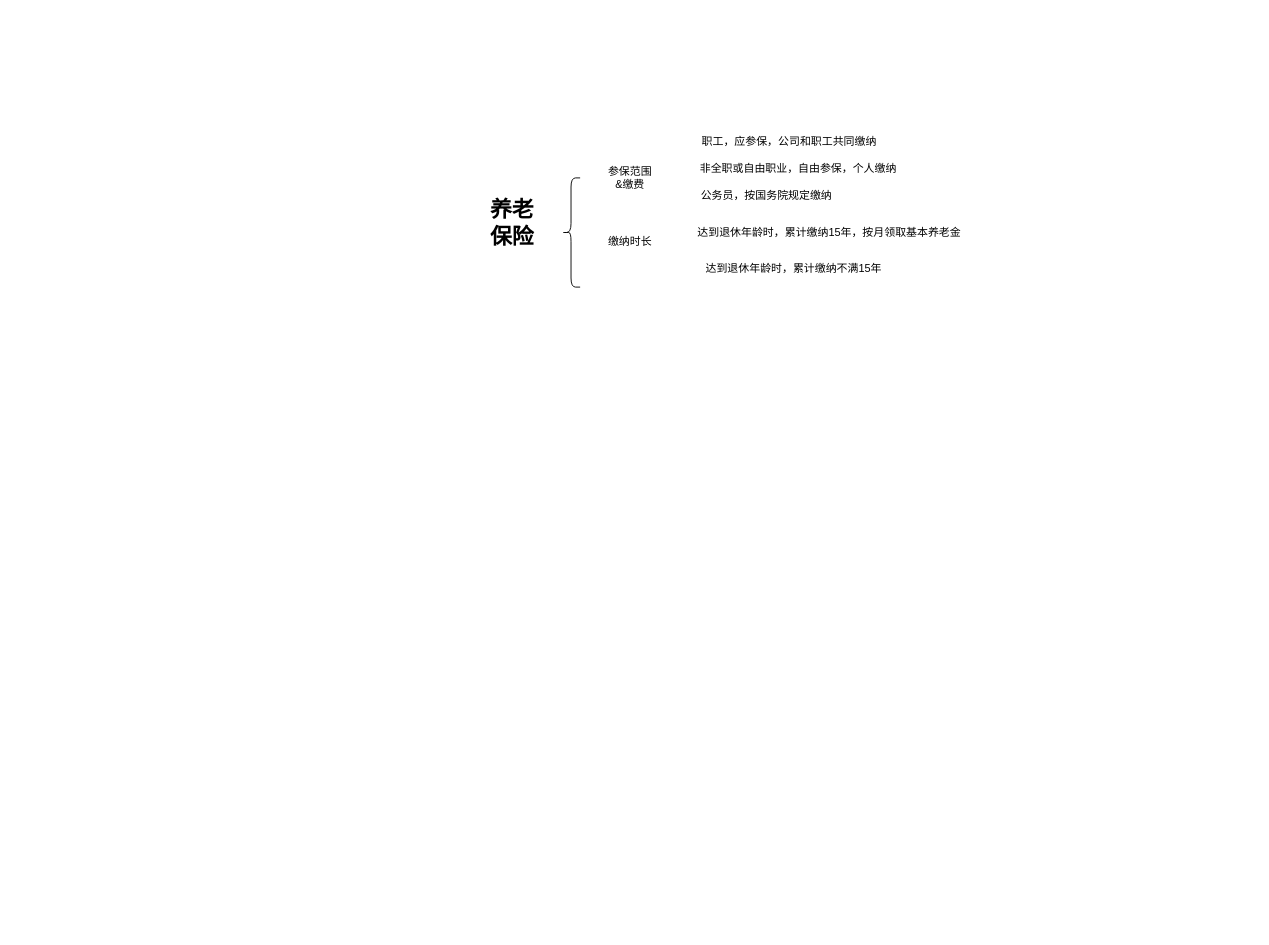
Above: 五险一金.drawio in Cyrusvic/358pub (draw.io), before the change. Source tidied: cells renumbered, new cells numbered last; positions are measured from the earlier drawing's top-left corner, leaving out a move shared by most shapes. Both pictures are drawn from the tidied source at 91%, with x=0, y=0 at pixel (480, 132).
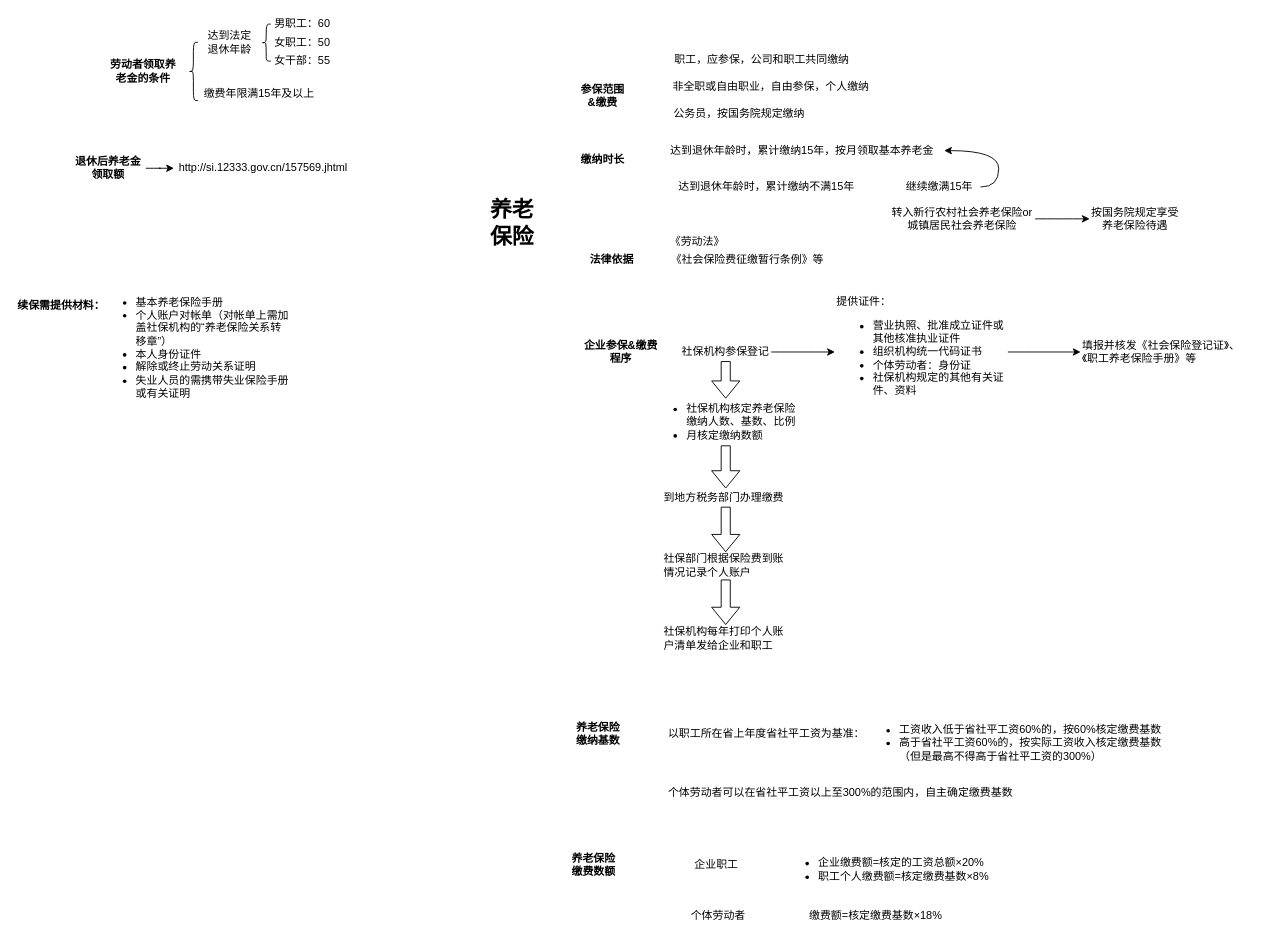
The same page after the edit.

Commit message (it also covers changes not shown here):
更新五险一金.drawio

Change to the diagram source:
```diff
@@
-    <mxCell id="3" style="shape=curlyBracket;whiteSpace=wrap;html=1;rounded=1;" parent="1" vertex="1">
-      <mxGeometry x="90" y="50" width="20" height="120" as="geometry" />
-    </mxCell>
+    <mxCell id="11" style="group;" parent="1" vertex="1">
+      <mxGeometry x="-410" y="-128.7" width="250" height="102" as="geometry" />
+    </mxCell>
+    <mxCell id="12" value="&lt;b&gt;劳动者领取养老金的条件&lt;/b&gt;" style="text;html=1;strokeColor=none;fillColor=none;align=center;verticalAlign=middle;whiteSpace=wrap;rounded=0;" parent="11" vertex="1">
+      <mxGeometry y="46.1" width="80" height="31.3" as="geometry" />
+    </mxCell>
+    <mxCell id="13" value="达到法定退休年龄" style="text;html=1;strokeColor=none;fillColor=none;align=center;verticalAlign=middle;whiteSpace=wrap;rounded=0;" parent="11" vertex="1">
+      <mxGeometry x="110" y="20" width="50" height="20" as="geometry" />
+    </mxCell>
+    <mxCell id="14" value="男职工：60" style="text;html=1;strokeColor=none;fillColor=none;align=center;verticalAlign=middle;whiteSpace=wrap;rounded=0;" parent="11" vertex="1">
+      <mxGeometry x="180" width="70" height="20" as="geometry" />
+    </mxCell>
+    <mxCell id="15" value="女职工：50" style="text;html=1;strokeColor=none;fillColor=none;align=center;verticalAlign=middle;whiteSpace=wrap;rounded=0;" parent="11" vertex="1">
+      <mxGeometry x="180" y="20" width="70" height="20" as="geometry" />
+    </mxCell>
+    <mxCell id="16" value="女干部：55" style="text;html=1;strokeColor=none;fillColor=none;align=center;verticalAlign=middle;whiteSpace=wrap;rounded=0;" parent="11" vertex="1">
+      <mxGeometry x="180" y="40" width="70" height="20" as="geometry" />
+    </mxCell>
+    <mxCell id="17" value="缴费年限满15年及以上" style="text;html=1;strokeColor=none;fillColor=none;align=center;verticalAlign=middle;whiteSpace=wrap;rounded=0;" parent="11" vertex="1">
+      <mxGeometry x="100" y="71" width="135" height="31" as="geometry" />
+    </mxCell>
+    <mxCell id="18" style="shape=curlyBracket;whiteSpace=wrap;html=1;rounded=1;align=left;" parent="11" vertex="1">
+      <mxGeometry x="90" y="29.7" width="10" height="64" as="geometry" />
+    </mxCell>
+    <mxCell id="19" style="shape=curlyBracket;whiteSpace=wrap;html=1;rounded=1;align=left;" parent="11" vertex="1">
+      <mxGeometry x="170" y="9.7" width="10" height="40.7" as="geometry" />
+    </mxCell>
+    <mxCell id="20" style="group;" parent="1" vertex="1">
+      <mxGeometry x="-450" y="20" width="310" height="38.7" as="geometry" />
+    </mxCell>
+    <mxCell id="21" value="&lt;b&gt;退休后养老金领取额&lt;/b&gt;" style="text;html=1;strokeColor=none;fillColor=none;align=center;verticalAlign=middle;whiteSpace=wrap;rounded=0;" parent="20" vertex="1">
+      <mxGeometry width="82.7" height="38.7" as="geometry" />
+    </mxCell>
+    <mxCell id="22" value="http://si.12333.gov.cn/157569.jhtml" style="text;html=1;strokeColor=none;fillColor=none;align=center;verticalAlign=middle;whiteSpace=wrap;rounded=0;" parent="20" vertex="1">
+      <mxGeometry x="113.7" width="196.3" height="38.7" as="geometry" />
+    </mxCell>
+    <mxCell id="23" style="edgeStyle=orthogonalEdgeStyle;curved=1;rounded=0;jettySize=auto;html=1;" parent="20" edge="1" source="21" target="22">
+      <mxGeometry relative="1" as="geometry" />
+    </mxCell>
+    <mxCell id="24" style="group;" parent="1" vertex="1">
+      <mxGeometry x="110" y="171.3" width="740" height="400" as="geometry" />
+    </mxCell>
+    <mxCell id="25" value="&lt;b&gt;企业参保&amp;amp;缴费程序&lt;/b&gt;" style="text;html=1;strokeColor=none;fillColor=none;align=center;verticalAlign=middle;whiteSpace=wrap;rounded=0;" parent="24" vertex="1">
+      <mxGeometry y="60" width="90" height="20" as="geometry" />
+    </mxCell>
+    <mxCell id="26" value="社保机构参保登记" style="text;html=1;strokeColor=none;fillColor=none;align=center;verticalAlign=middle;whiteSpace=wrap;rounded=0;" parent="24" vertex="1">
+      <mxGeometry x="110" y="60" width="100" height="20" as="geometry" />
+    </mxCell>
+    <mxCell id="27" value="提供证件：&lt;br&gt;&lt;ul&gt;&lt;li&gt;营业执照、批准成立证件或其他核准执业证件&lt;/li&gt;&lt;li&gt;组织机构统一代码证书&lt;/li&gt;&lt;li&gt;个体劳动者：身份证&lt;/li&gt;&lt;li&gt;社保机构规定的其他有关证件、资料&lt;/li&gt;&lt;/ul&gt;" style="text;html=1;strokeColor=none;fillColor=none;align=left;verticalAlign=middle;whiteSpace=wrap;rounded=0;" parent="24" vertex="1">
+      <mxGeometry x="280" width="190" height="140" as="geometry" />
+    </mxCell>
+    <mxCell id="28" style="edgeStyle=orthogonalEdgeStyle;curved=1;rounded=0;jettySize=auto;html=1;" parent="24" edge="1" source="26" target="27">
+      <mxGeometry relative="1" as="geometry" />
+    </mxCell>
+    <mxCell id="29" value="填报并核发《社会保险登记证》、《职工养老保险手册》等" style="text;html=1;strokeColor=none;fillColor=none;align=left;verticalAlign=middle;whiteSpace=wrap;rounded=0;" parent="24" vertex="1">
+      <mxGeometry x="550" y="35" width="190" height="70" as="geometry" />
+    </mxCell>
+    <mxCell id="30" style="edgeStyle=orthogonalEdgeStyle;curved=1;rounded=0;jettySize=auto;html=1;" parent="24" edge="1" source="27" target="29">
+      <mxGeometry relative="1" as="geometry" />
+    </mxCell>
+    <mxCell id="31" value="&lt;ul&gt;&lt;li&gt;社保机构核定养老保险缴纳人数、基数、比例&lt;br&gt;&lt;/li&gt;&lt;li&gt;月核定缴纳数额&lt;br&gt;&lt;/li&gt;&lt;/ul&gt;" style="text;html=1;strokeColor=none;fillColor=none;align=left;verticalAlign=middle;whiteSpace=wrap;rounded=0;" parent="24" vertex="1">
+      <mxGeometry x="75" y="121.3" width="170" height="51.3" as="geometry" />
+    </mxCell>
+    <mxCell id="32" style="edgeStyle=orthogonalEdgeStyle;shape=flexArrow;curved=1;rounded=0;jettySize=auto;html=1;exitX=0.5;exitY=1;exitDx=0;exitDy=0;entryX=0.5;entryY=0;entryDx=0;entryDy=0;" parent="24" edge="1" source="26" target="31">
+      <mxGeometry relative="1" as="geometry" />
+    </mxCell>
+    <mxCell id="33" value="&lt;span&gt;到地方税务部门办理缴费&lt;/span&gt;" style="text;html=1;strokeColor=none;fillColor=none;align=left;verticalAlign=middle;whiteSpace=wrap;rounded=0;" parent="24" vertex="1">
+      <mxGeometry x="90" y="220" width="140" height="20" as="geometry" />
+    </mxCell>
+    <mxCell id="34" style="edgeStyle=orthogonalEdgeStyle;shape=flexArrow;curved=1;rounded=0;jettySize=auto;html=1;exitX=0.5;exitY=1;exitDx=0;exitDy=0;entryX=0.5;entryY=0;entryDx=0;entryDy=0;" parent="24" edge="1" source="31" target="33">
+      <mxGeometry relative="1" as="geometry" />
+    </mxCell>
+    <mxCell id="35" value="&lt;span&gt;社保部门根据保险费到账情况记录个人账户&lt;/span&gt;" style="text;html=1;strokeColor=none;fillColor=none;align=left;verticalAlign=middle;whiteSpace=wrap;rounded=0;" parent="24" vertex="1">
+      <mxGeometry x="90" y="290" width="140" height="30" as="geometry" />
+    </mxCell>
+    <mxCell id="36" style="edgeStyle=orthogonalEdgeStyle;shape=flexArrow;curved=1;rounded=0;jettySize=auto;html=1;exitX=0.5;exitY=1;exitDx=0;exitDy=0;entryX=0.5;entryY=0;entryDx=0;entryDy=0;" parent="24" edge="1" source="33" target="35">
+      <mxGeometry relative="1" as="geometry" />
+    </mxCell>
+    <mxCell id="37" value="&lt;span&gt;社保机构每年打印个人账户清单发给企业和职工&lt;/span&gt;" style="text;html=1;strokeColor=none;fillColor=none;align=left;verticalAlign=middle;whiteSpace=wrap;rounded=0;" parent="24" vertex="1">
+      <mxGeometry x="90" y="370" width="140" height="30" as="geometry" />
+    </mxCell>
+    <mxCell id="38" style="edgeStyle=orthogonalEdgeStyle;shape=flexArrow;curved=1;rounded=0;jettySize=auto;html=1;exitX=0.5;exitY=1;exitDx=0;exitDy=0;entryX=0.5;entryY=0;entryDx=0;entryDy=0;" parent="24" edge="1" source="35" target="37">
+      <mxGeometry relative="1" as="geometry" />
+    </mxCell>
+    <mxCell id="39" style="group;" parent="1" vertex="1">
+      <mxGeometry x="110" y="-90" width="320" height="80" as="geometry" />
+    </mxCell>
-    <mxCell id="4" value="参保范围&amp;amp;缴费" style="text;html=1;strokeColor=none;fillColor=none;align=center;verticalAlign=middle;whiteSpace=wrap;rounded=0;" parent="1" vertex="1">
-      <mxGeometry x="140" y="40" width="50" height="20" as="geometry" />
+    <mxCell id="4" value="&lt;b&gt;参保范围&amp;amp;缴费&lt;/b&gt;" style="text;html=1;strokeColor=none;fillColor=none;align=center;verticalAlign=middle;whiteSpace=wrap;rounded=0;" parent="39" vertex="1">
+      <mxGeometry y="40" width="50" height="20" as="geometry" />
     </mxCell>
-    <mxCell id="5" value="&lt;span style=&quot;white-space: nowrap&quot;&gt;职工，应参保，公司和职工共同缴纳&lt;/span&gt;" style="text;html=1;strokeColor=none;fillColor=none;align=center;verticalAlign=middle;whiteSpace=wrap;rounded=0;" parent="1" vertex="1">
-      <mxGeometry x="240" width="200" height="20" as="geometry" />
+    <mxCell id="5" value="&lt;span style=&quot;white-space: nowrap&quot;&gt;职工，应参保，公司和职工共同缴纳&lt;/span&gt;" style="text;html=1;strokeColor=none;fillColor=none;align=center;verticalAlign=middle;whiteSpace=wrap;rounded=0;" parent="39" vertex="1">
+      <mxGeometry x="100" width="200" height="20" as="geometry" />
     </mxCell>
-    <mxCell id="6" value="&lt;span style=&quot;white-space: nowrap&quot;&gt;非全职或自由职业，自由参保，个人缴纳&lt;/span&gt;" style="text;html=1;strokeColor=none;fillColor=none;align=center;verticalAlign=middle;whiteSpace=wrap;rounded=0;" parent="1" vertex="1">
-      <mxGeometry x="240" y="30" width="220" height="20" as="geometry" />
+    <mxCell id="6" value="&lt;span style=&quot;white-space: nowrap&quot;&gt;非全职或自由职业，自由参保，个人缴纳&lt;/span&gt;" style="text;html=1;strokeColor=none;fillColor=none;align=center;verticalAlign=middle;whiteSpace=wrap;rounded=0;" parent="39" vertex="1">
+      <mxGeometry x="100" y="30" width="220" height="20" as="geometry" />
     </mxCell>
-    <mxCell id="7" value="&lt;span style=&quot;white-space: nowrap&quot;&gt;公务员，按国务院规定缴纳&lt;/span&gt;" style="text;html=1;strokeColor=none;fillColor=none;align=center;verticalAlign=middle;whiteSpace=wrap;rounded=0;" parent="1" vertex="1">
-      <mxGeometry x="240" y="60" width="150" height="20" as="geometry" />
+    <mxCell id="7" value="&lt;span style=&quot;white-space: nowrap&quot;&gt;公务员，按国务院规定缴纳&lt;/span&gt;" style="text;html=1;strokeColor=none;fillColor=none;align=center;verticalAlign=middle;whiteSpace=wrap;rounded=0;" parent="39" vertex="1">
+      <mxGeometry x="100" y="60" width="150" height="20" as="geometry" />
     </mxCell>
+    <mxCell id="40" style="group;" parent="1" vertex="1">
+      <mxGeometry x="120" y="110" width="260" height="40" as="geometry" />
+    </mxCell>
+    <mxCell id="41" value="&lt;b&gt;法律依据&lt;/b&gt;" style="text;html=1;strokeColor=none;fillColor=none;align=center;verticalAlign=middle;whiteSpace=wrap;rounded=0;" parent="40" vertex="1">
+      <mxGeometry y="20" width="50" height="20" as="geometry" />
+    </mxCell>
+    <mxCell id="42" value="《劳动法》" style="text;html=1;strokeColor=none;fillColor=none;align=center;verticalAlign=middle;whiteSpace=wrap;rounded=0;" parent="40" vertex="1">
+      <mxGeometry x="88.1" width="61.9" height="20" as="geometry" />
+    </mxCell>
+    <mxCell id="43" value="《社会保险费征缴暂行条例》等" style="text;html=1;strokeColor=none;fillColor=none;align=center;verticalAlign=middle;whiteSpace=wrap;rounded=0;" parent="40" vertex="1">
+      <mxGeometry x="88.1" y="20" width="171.9" height="20" as="geometry" />
+    </mxCell>
+    <mxCell id="44" style="group;" parent="1" vertex="1">
+      <mxGeometry x="110" y="10" width="660" height="100" as="geometry" />
+    </mxCell>
-    <mxCell id="8" value="缴纳时长" style="text;html=1;strokeColor=none;fillColor=none;align=center;verticalAlign=middle;whiteSpace=wrap;rounded=0;" parent="1" vertex="1">
-      <mxGeometry x="140" y="110" width="50" height="20" as="geometry" />
+    <mxCell id="8" value="&lt;b&gt;缴纳时长&lt;/b&gt;" style="text;html=1;strokeColor=none;fillColor=none;align=center;verticalAlign=middle;whiteSpace=wrap;rounded=0;" parent="44" vertex="1">
+      <mxGeometry y="10" width="50" height="20" as="geometry" />
     </mxCell>
-    <mxCell id="9" value="&lt;span style=&quot;white-space: nowrap&quot;&gt;达到退休年龄时，累计缴纳15年，按月领取基本养老金&lt;/span&gt;" style="text;html=1;strokeColor=none;fillColor=none;align=center;verticalAlign=middle;whiteSpace=wrap;rounded=0;" parent="1" vertex="1">
-      <mxGeometry x="228.1" y="100" width="311.9" height="20" as="geometry" />
+    <mxCell id="9" value="&lt;span style=&quot;white-space: nowrap&quot;&gt;达到退休年龄时，累计缴纳15年，按月领取基本养老金&lt;/span&gt;" style="text;html=1;strokeColor=none;fillColor=none;align=center;verticalAlign=middle;whiteSpace=wrap;rounded=0;" parent="44" vertex="1">
+      <mxGeometry x="88.1" width="311.9" height="20" as="geometry" />
     </mxCell>
-    <mxCell id="10" value="&lt;span style=&quot;white-space: nowrap&quot;&gt;达到退休年龄时，累计缴纳不满15年&lt;/span&gt;" style="text;html=1;strokeColor=none;fillColor=none;align=center;verticalAlign=middle;whiteSpace=wrap;rounded=0;" parent="1" vertex="1">
-      <mxGeometry x="240" y="140" width="210" height="20" as="geometry" />
+    <mxCell id="10" value="&lt;span style=&quot;white-space: nowrap&quot;&gt;达到退休年龄时，累计缴纳不满15年&lt;/span&gt;" style="text;html=1;strokeColor=none;fillColor=none;align=center;verticalAlign=middle;whiteSpace=wrap;rounded=0;" parent="44" vertex="1">
+      <mxGeometry x="100" y="40" width="210" height="20" as="geometry" />
     </mxCell>
+    <mxCell id="45" style="edgeStyle=orthogonalEdgeStyle;curved=1;rounded=0;jettySize=auto;html=1;exitX=1;exitY=0.5;exitDx=0;exitDy=0;entryX=1;entryY=0.5;entryDx=0;entryDy=0;" parent="44" edge="1" source="46" target="9">
+      <mxGeometry relative="1" as="geometry" />
+    </mxCell>
+    <mxCell id="46" value="继续缴满15年" style="text;html=1;strokeColor=none;fillColor=none;align=center;verticalAlign=middle;whiteSpace=wrap;rounded=0;" parent="44" vertex="1">
+      <mxGeometry x="350" y="40" width="90" height="20" as="geometry" />
+    </mxCell>
+    <mxCell id="47" value="转入新行农村社会养老保险or城镇居民社会养老保险" style="text;html=1;strokeColor=none;fillColor=none;align=center;verticalAlign=middle;whiteSpace=wrap;rounded=0;" parent="44" vertex="1">
+      <mxGeometry x="340" y="70" width="160" height="30" as="geometry" />
+    </mxCell>
+    <mxCell id="48" value="按国务院规定享受养老保险待遇" style="text;html=1;strokeColor=none;fillColor=none;align=center;verticalAlign=middle;whiteSpace=wrap;rounded=0;" parent="44" vertex="1">
+      <mxGeometry x="560" y="70" width="100" height="30" as="geometry" />
+    </mxCell>
+    <mxCell id="49" style="edgeStyle=orthogonalEdgeStyle;curved=1;rounded=0;jettySize=auto;html=1;" parent="44" edge="1" source="47" target="48">
+      <mxGeometry relative="1" as="geometry" />
+    </mxCell>
+    <mxCell id="50" style="group;" parent="1" vertex="1">
+      <mxGeometry x="100" y="631.3" width="660" height="110" as="geometry" />
+    </mxCell>
+    <mxCell id="51" value="养老保险缴纳基数" style="text;html=1;strokeColor=none;fillColor=none;align=center;verticalAlign=middle;whiteSpace=wrap;rounded=0;fontStyle=1;fontColor=#000000;" parent="50" vertex="1">
+      <mxGeometry y="20" width="60" height="20" as="geometry" />
+    </mxCell>
+    <mxCell id="52" value="&lt;span style=&quot;text-indent: 28px ; background-color: rgb(255 , 255 , 255)&quot;&gt;&lt;font style=&quot;font-size: 12px&quot;&gt;以职工所在省上年度省社平工资为基准：&lt;/font&gt;&lt;/span&gt;" style="text;html=1;strokeColor=none;fillColor=none;align=left;verticalAlign=middle;whiteSpace=wrap;rounded=0;fontStyle=0;fontColor=#000000;" parent="50" vertex="1">
+      <mxGeometry x="105" y="15" width="230" height="30" as="geometry" />
+    </mxCell>
+    <mxCell id="53" value="&lt;div style=&quot;text-align: left ; font-size: 12px&quot;&gt;&lt;ul&gt;&lt;li&gt;工资收入低于省社平工资60%的，按60%核定缴费基数&lt;br&gt;&lt;/li&gt;&lt;li&gt;高于省社平工资60%的，按实际工资收入核定缴费基数（但是最高不得高于省社平工资的300%）&lt;br&gt;&lt;/li&gt;&lt;/ul&gt;&lt;/div&gt;" style="text;html=1;strokeColor=none;fillColor=none;align=center;verticalAlign=middle;whiteSpace=wrap;rounded=0;fontColor=#000000;fontSize=12;" parent="50" vertex="1">
+      <mxGeometry x="320" width="340" height="80" as="geometry" />
+    </mxCell>
+    <mxCell id="54" value="&lt;span style=&quot;font-size: 12px; text-indent: 28px; background-color: rgb(255, 255, 255);&quot;&gt;个体劳动者可以在省社平工资以上至300%的范围内，自主确定缴费基数&lt;/span&gt;" style="text;html=1;strokeColor=none;fillColor=none;align=left;verticalAlign=middle;whiteSpace=wrap;rounded=0;fontStyle=0;fontColor=#000000;fontSize=12;" parent="50" vertex="1">
+      <mxGeometry x="105" y="80" width="445" height="30" as="geometry" />
+    </mxCell>
+    <mxCell id="55" style="group;" parent="1" vertex="1">
+      <mxGeometry x="100" y="795.3" width="480" height="81" as="geometry" />
+    </mxCell>
+    <mxCell id="56" value="养老保险缴费数额" style="text;html=1;strokeColor=none;fillColor=none;align=center;verticalAlign=middle;whiteSpace=wrap;rounded=0;fontSize=12;fontColor=#000000;fontStyle=1;" parent="55" vertex="1">
+      <mxGeometry width="50" height="20" as="geometry" />
+    </mxCell>
+    <mxCell id="57" value="&lt;ul style=&quot;font-size: 12px&quot;&gt;&lt;li style=&quot;font-size: 12px&quot;&gt;企业缴费额=核定的工资总额×20%&lt;br style=&quot;font-size: 12px&quot;&gt;&lt;/li&gt;&lt;li style=&quot;font-size: 12px&quot;&gt;职工个人缴费额=核定缴费基数×8%&lt;br style=&quot;font-size: 12px&quot;&gt;&lt;/li&gt;&lt;/ul&gt;" style="text;html=1;strokeColor=none;fillColor=none;align=left;verticalAlign=middle;whiteSpace=wrap;rounded=0;fontSize=12;fontColor=#000000;" parent="55" vertex="1">
+      <mxGeometry x="230" width="250" height="30" as="geometry" />
+    </mxCell>
+    <mxCell id="58" value="企业职工" style="text;html=1;strokeColor=none;fillColor=none;align=center;verticalAlign=middle;whiteSpace=wrap;rounded=0;fontSize=12;fontColor=#000000;" parent="55" vertex="1">
+      <mxGeometry x="130" width="60" height="20" as="geometry" />
+    </mxCell>
+    <mxCell id="59" value="个体劳动者" style="text;html=1;strokeColor=none;fillColor=none;align=left;verticalAlign=middle;whiteSpace=wrap;rounded=0;fontSize=12;fontColor=#000000;" parent="55" vertex="1">
+      <mxGeometry x="130" y="56" width="100" height="20" as="geometry" />
+    </mxCell>
+    <mxCell id="60" value="&lt;span&gt;缴费额=核定缴费基数×18%&lt;/span&gt;" style="text;html=1;strokeColor=none;fillColor=none;align=left;verticalAlign=middle;whiteSpace=wrap;rounded=0;fontSize=12;fontColor=#000000;" parent="55" vertex="1">
+      <mxGeometry x="260" y="51" width="190" height="30" as="geometry" />
+    </mxCell>
+    <mxCell id="61" style="group;" parent="1" vertex="1">
+      <mxGeometry x="-510" y="165.3" width="300" height="140" as="geometry" />
+    </mxCell>
+    <mxCell id="62" value="续保需提供材料：" style="text;html=1;strokeColor=none;fillColor=none;align=center;verticalAlign=middle;whiteSpace=wrap;rounded=0;fontSize=12;fontColor=#000000;fontStyle=1;" parent="61" vertex="1">
+      <mxGeometry y="16" width="100" height="20" as="geometry" />
+    </mxCell>
+    <mxCell id="63" value="&lt;ul&gt;&lt;li&gt;基本养老保险手册&lt;br&gt;&lt;/li&gt;&lt;li&gt;个人账户对帐单（对帐单上需加盖社保机构的“养老保险关系转移章”）&lt;br&gt;&lt;/li&gt;&lt;li&gt;本人身份证件&lt;br&gt;&lt;/li&gt;&lt;li&gt;解除或终止劳动关系证明&lt;br&gt;&lt;/li&gt;&lt;li&gt;失业人员的需携带失业保险手册或有关证明&lt;br&gt;&lt;/li&gt;&lt;/ul&gt;" style="text;strokeColor=none;fillColor=none;html=1;whiteSpace=wrap;verticalAlign=middle;overflow=hidden;fontSize=12;fontColor=#000000;align=left;" parent="61" vertex="1">
+      <mxGeometry x="90" width="210" height="140" as="geometry" />
+    </mxCell>
```
